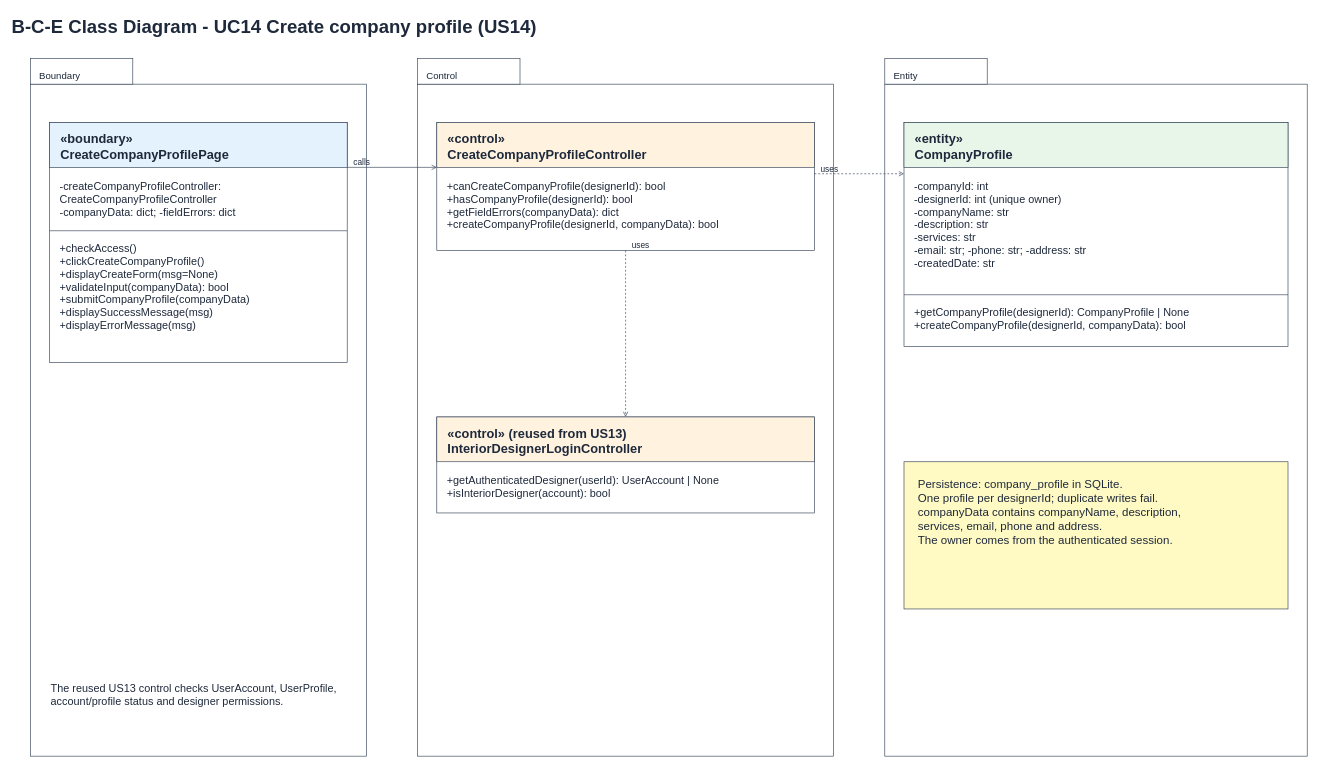
Before: page "5 BCE Class Diagram" (7 of 8) of Sprint_2/US14 - Create Company Profile/US14 Create company profile.drawio in Hanzxc/CSIT314-ARCHSS, a draw.io diagram. Source tidied: cells renumbered, new cells numbered last; positions are measured from the earlier drawing's top-left corner, leaving out a move shared by most shapes. Both pictures are drawn from the tidied source at 64%, with x=0, y=0 at pixel (10, 10).
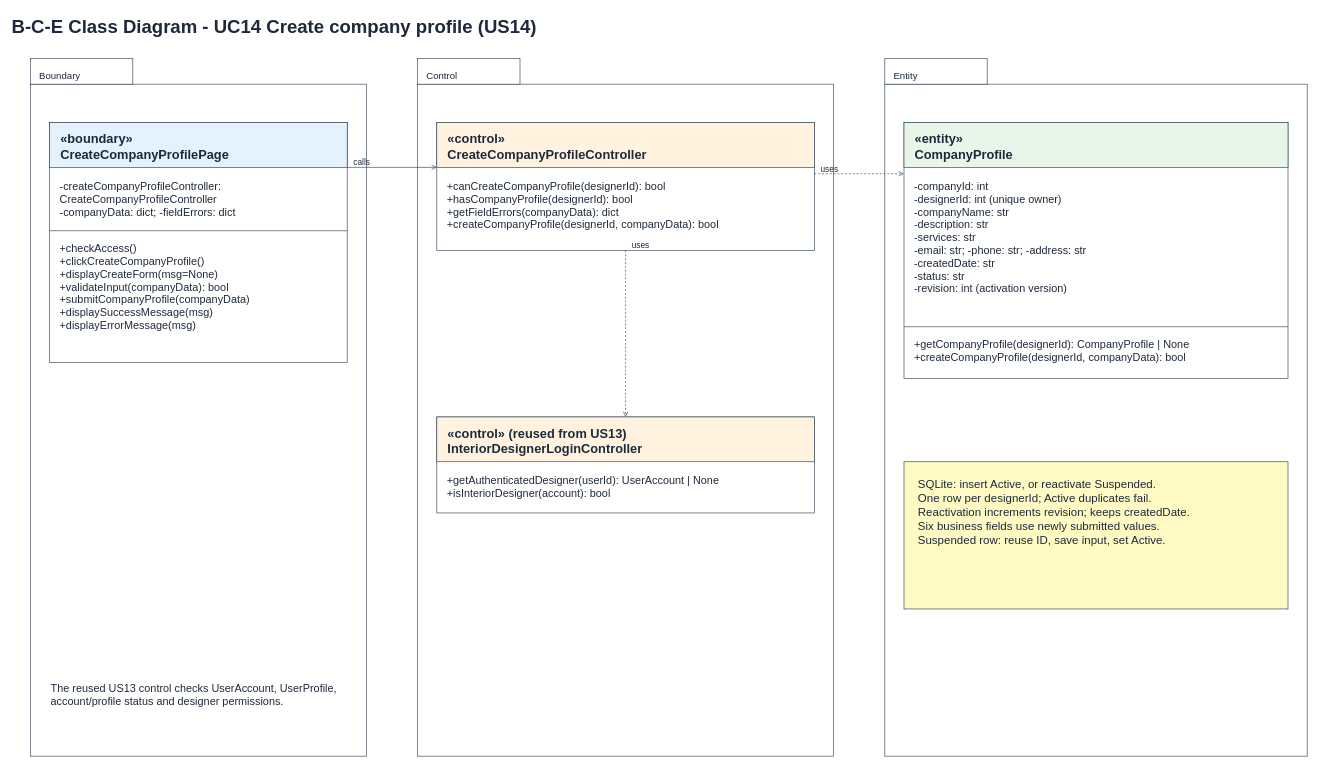
After the change.

Change to the diagram source:
```diff
@@
     <mxCell id="26" style="rounded=0;whiteSpace=wrap;fillColor=#ffffff;strokeColor=#334155;" parent="1" vertex="1">
-      <mxGeometry x="1396" y="175" width="600" height="350" as="geometry" />
+      <mxGeometry x="1396" y="175" width="600" height="400" as="geometry" />
     </mxCell>
@@
-    <mxCell id="29" value="-companyId: int&#10;-designerId: int (unique owner)&#10;-companyName: str&#10;-description: str&#10;-services: str&#10;-email: str; -phone: str; -address: str&#10;-createdDate: str" style="text;html=0;align=left;verticalAlign=top;fontSize=17;fontStyle=0;fontColor=#1e293b;" parent="1" vertex="1">
-      <mxGeometry x="1410" y="258" width="572" height="168" as="geometry" />
+    <mxCell id="29" value="-companyId: int&#10;-designerId: int (unique owner)&#10;-companyName: str&#10;-description: str&#10;-services: str&#10;-email: str; -phone: str; -address: str&#10;-createdDate: str&#10;-status: str&#10;-revision: int (activation version)" style="text;html=0;align=left;verticalAlign=top;fontSize=17;fontStyle=0;fontColor=#1e293b;" parent="1" vertex="1">
+      <mxGeometry x="1410" y="258" width="572" height="216" as="geometry" />
     </mxCell>
     <mxCell id="30" style="endArrow=none;html=0;dashed=0;strokeColor=#334155;" parent="1" edge="1">
       <mxGeometry relative="1" as="geometry">
-        <mxPoint x="1396" y="444" as="sourcePoint" />
-        <mxPoint x="1996" y="444" as="targetPoint" />
+        <mxPoint x="1396" y="494" as="sourcePoint" />
+        <mxPoint x="1996" y="494" as="targetPoint" />
       </mxGeometry>
     </mxCell>
     <mxCell id="31" value="+getCompanyProfile(designerId): CompanyProfile | None&#10;+createCompanyProfile(designerId, companyData): bool" style="text;html=0;align=left;verticalAlign=top;fontSize=17;fontStyle=0;fontColor=#1e293b;" parent="1" vertex="1">
-      <mxGeometry x="1410" y="455" width="572" height="48" as="geometry" />
+      <mxGeometry x="1410" y="505" width="572" height="48" as="geometry" />
     </mxCell>
@@
-    <mxCell id="39" value="Persistence: company_profile in SQLite.&#10;One profile per designerId; duplicate writes fail.&#10;companyData contains companyName, description,&#10;services, email, phone and address.&#10;The owner comes from the authenticated session." style="text;html=0;align=left;verticalAlign=top;fontSize=18;fontStyle=0;fontColor=#1e293b;" parent="1" vertex="1">
+    <mxCell id="39" value="SQLite: insert Active, or reactivate Suspended.&#10;One row per designerId; Active duplicates fail.&#10;Reactivation increments revision; keeps createdDate.&#10;Six business fields use newly submitted values.&#10;Suspended row: reuse ID, save input, set Active." style="text;html=0;align=left;verticalAlign=top;fontSize=18;fontStyle=0;fontColor=#1e293b;" parent="1" vertex="1">
       <mxGeometry x="1416" y="722" width="560" height="125" as="geometry" />
     </mxCell>
```
